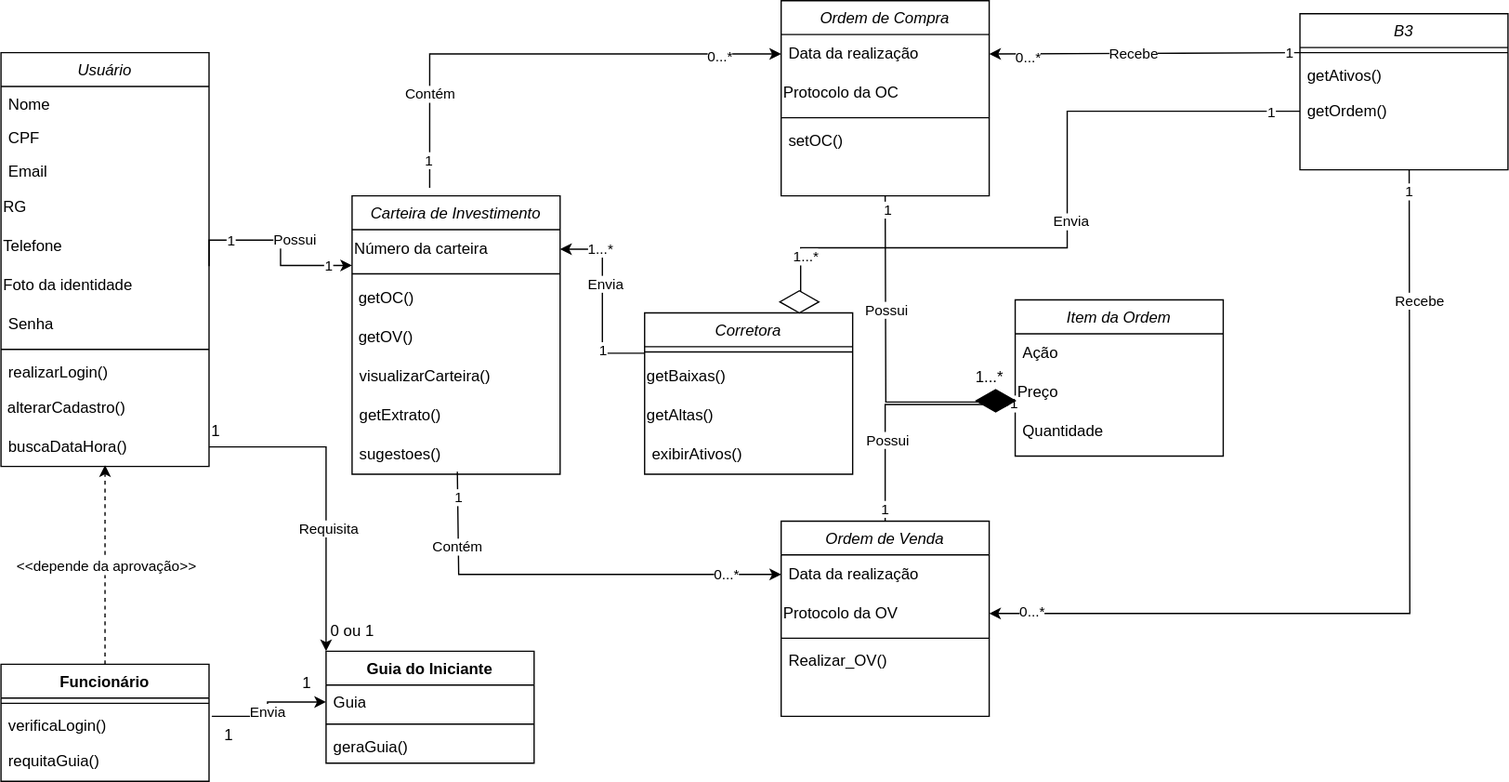
Earlier version of the draw.io export Diagrama de classe.drawio.svg (JesCat16/Projeto01_Modelagem_De_Software). Source tidied: cells renumbered, new cells last; positions are measured from the earlier drawing's top-left corner, leaving out a move shared by most shapes.
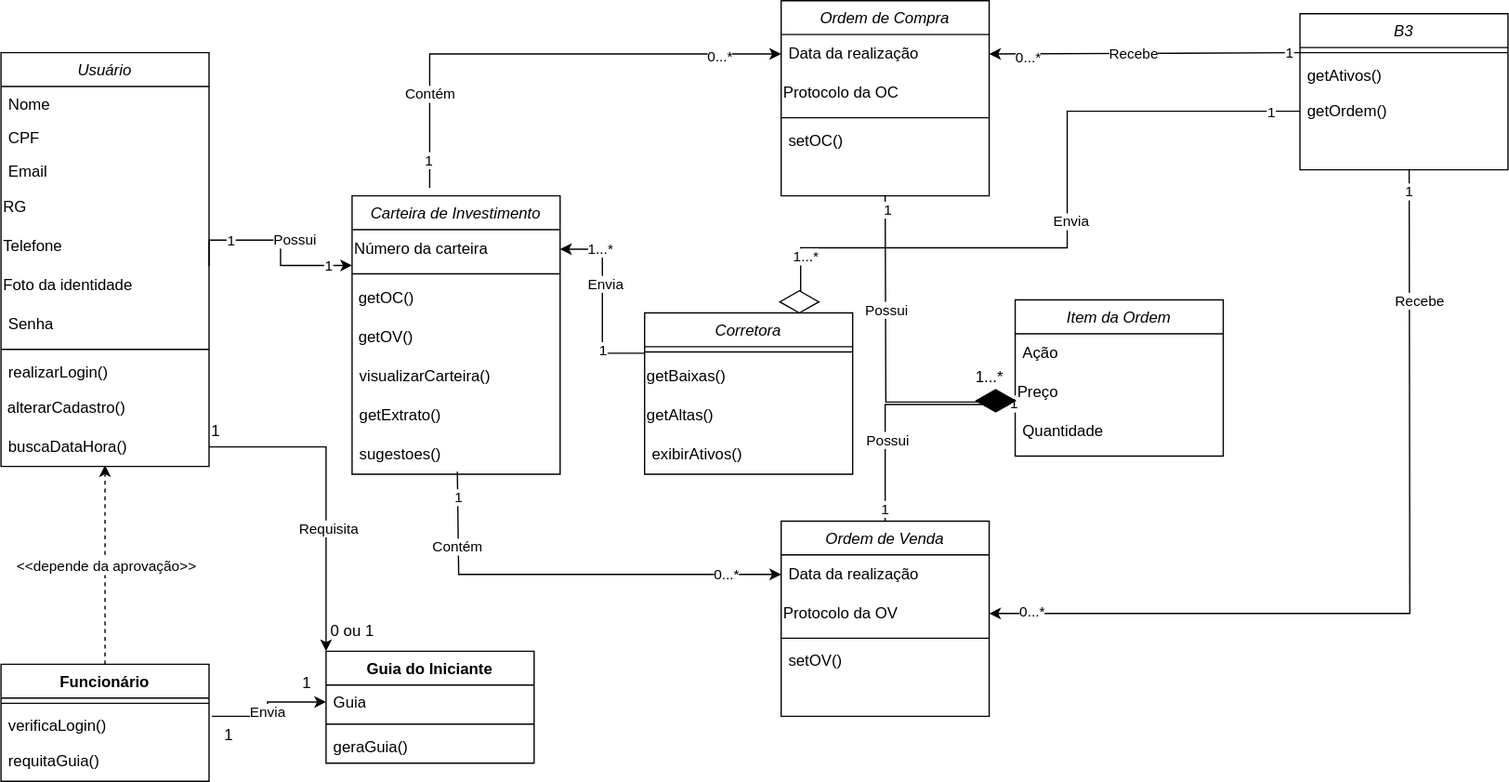
After the change.

Change to the diagram source:
```diff
@@ -119,7 +119,7 @@
     <mxCell id="38" style="line;html=1;strokeWidth=1;align=left;verticalAlign=middle;spacingTop=-1;spacingLeft=3;spacingRight=3;labelPosition=right;" parent="31" vertex="1">
       <mxGeometry y="86" width="160" height="8" as="geometry" />
     </mxCell>
-    <mxCell id="39" value="Realizar_OV()" style="text;align=left;verticalAlign=top;spacingLeft=4;spacingRight=4;overflow=hidden;" parent="31" vertex="1">
+    <mxCell id="39" value="setOV()" style="text;align=left;verticalAlign=top;spacingLeft=4;spacingRight=4;overflow=hidden;" parent="31" vertex="1">
       <mxGeometry y="94" width="160" height="26" as="geometry" />
     </mxCell>
     <mxCell id="40" style="edgeStyle=orthogonalEdgeStyle;rounded=0;jettySize=auto;html=1;entryX=1;entryY=0.5;entryDx=0;entryDy=0;startArrow=none;startFill=0;endArrow=classic;endFill=1;" parent="1" edge="1" target="23">
```
